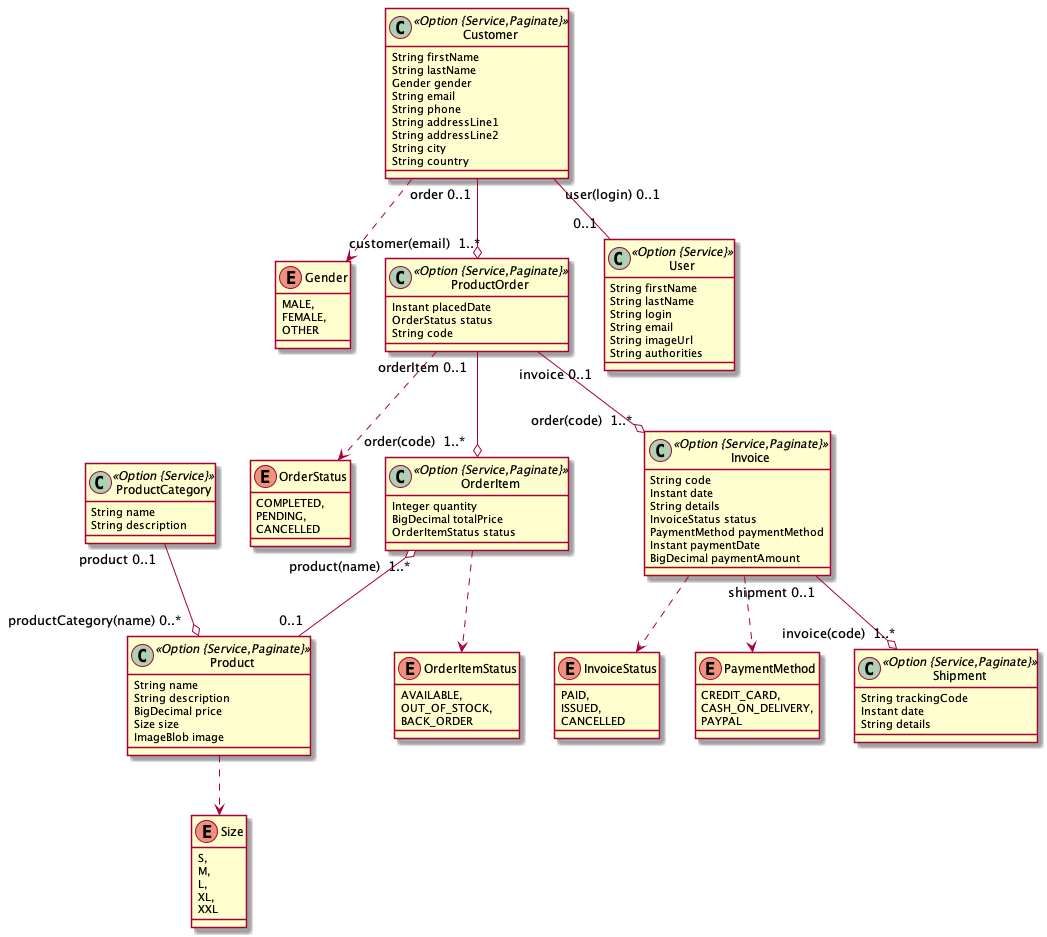
This is online-store.png from direstrepo24/inline-store, a PlantUML export, as it was before one commit.
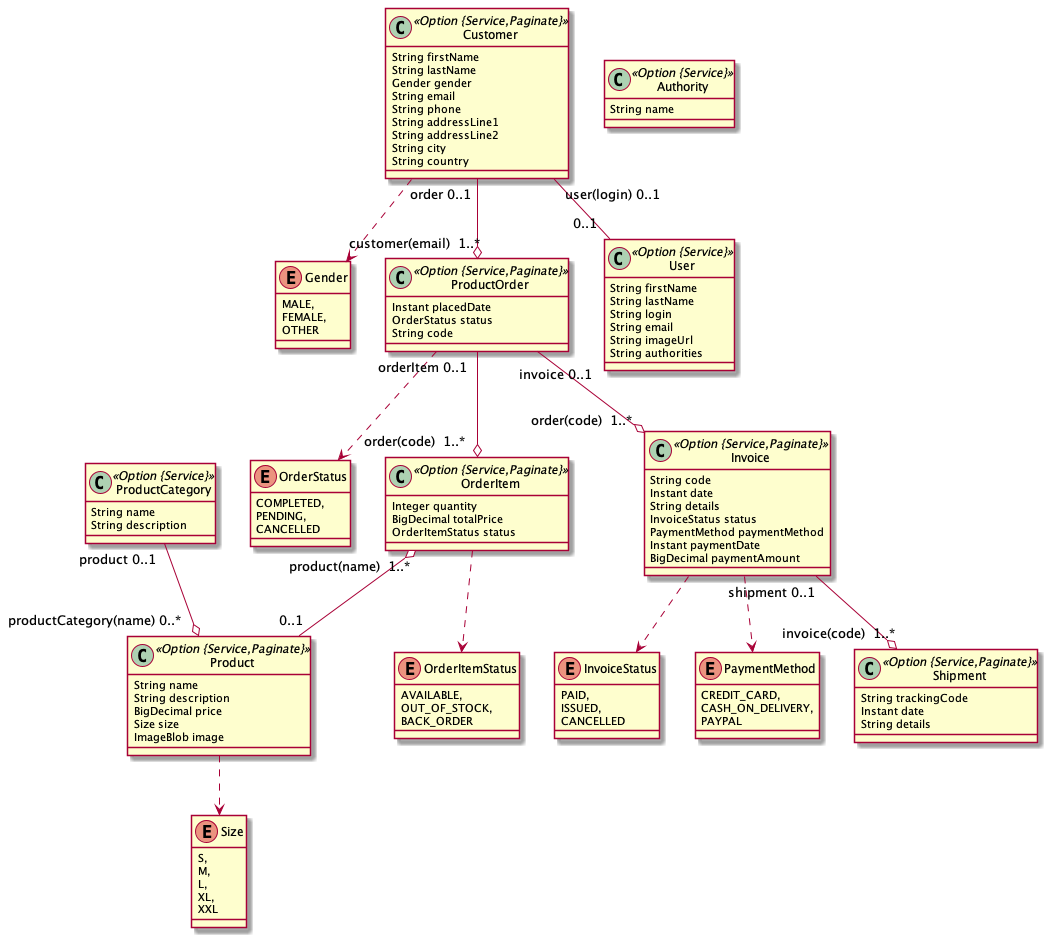
The same file after the commit.

What changed in the source:
```diff
@@ -91,6 +91,9 @@
 	ProductOrder  "invoice 0..1 " --o "order(code)  1..* "  Invoice
 	Invoice  "shipment 0..1 " --o "invoice(code)  1..* "  Shipment
 	ProductCategory  "product 0..1 " --o "productCategory(name) 0..* "  Product
+	class Authority <<Option {Service}>> {
+		String name
+	}
 	class User <<Option {Service}>> {
 		String firstName
 		String lastName
```
